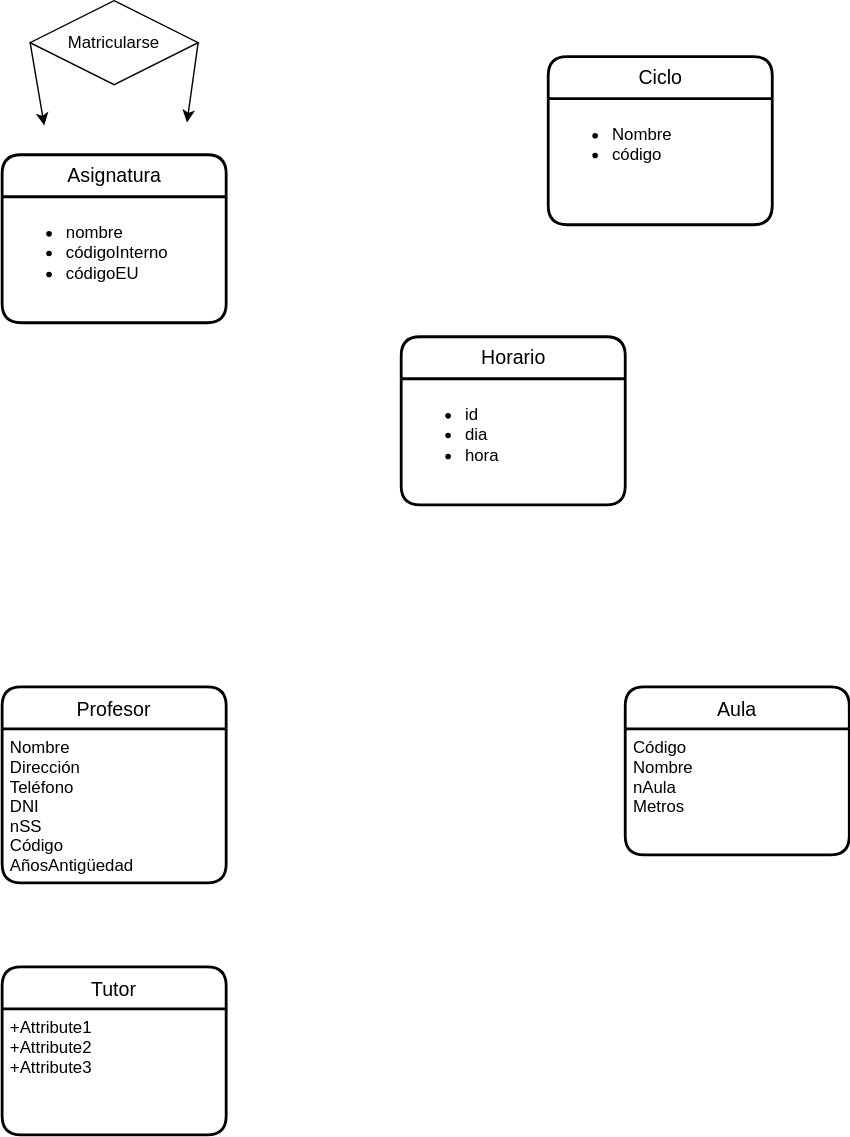
Above: UD12-17.svg in Jimxx22/C3-UD11-UML (draw.io), before the change. Source tidied: cells renumbered, new cells last; positions are measured from the earlier drawing's top-left corner, leaving out a move shared by most shapes.
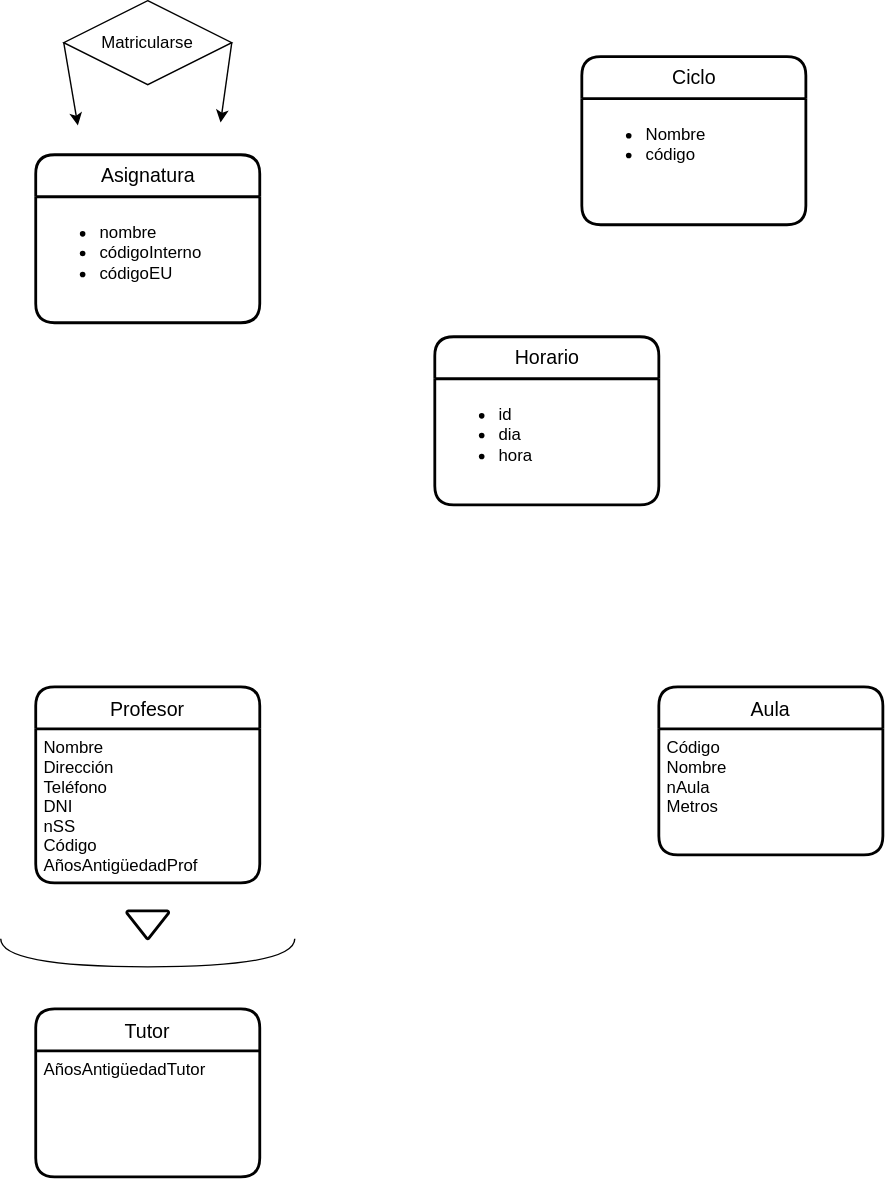
After the commit.

The edit, as a diff of the source:
```diff
@@ -29,13 +29,13 @@
     <mxCell id="10" value="Profesor" style="swimlane;horizontal=1;startSize=30;rounded=1;fontSize=14;fontStyle=0;strokeWidth=2;shadow=0;dashed=0;align=center;" parent="1" vertex="1">
       <mxGeometry y="490" width="160" height="140" as="geometry" />
     </mxCell>
-    <mxCell id="11" value="Nombre&#10;Dirección&#10;Teléfono&#10;DNI&#10;nSS&#10;Código&#10;AñosAntigüedad&#10;" style="align=left;strokeColor=none;fillColor=none;spacingLeft=4;fontSize=12;verticalAlign=top;" parent="10" vertex="1">
+    <mxCell id="11" value="Nombre&#10;Dirección&#10;Teléfono&#10;DNI&#10;nSS&#10;Código&#10;AñosAntigüedadProf&#10;" style="align=left;strokeColor=none;fillColor=none;spacingLeft=4;fontSize=12;verticalAlign=top;" parent="10" vertex="1">
       <mxGeometry y="30" width="160" height="110" as="geometry" />
     </mxCell>
     <mxCell id="12" value="Tutor" style="swimlane;horizontal=1;startSize=30;rounded=1;fontSize=14;fontStyle=0;strokeWidth=2;shadow=0;dashed=0;align=center;" parent="1" vertex="1">
-      <mxGeometry y="690" width="160" height="120" as="geometry" />
+      <mxGeometry y="720" width="160" height="120" as="geometry" />
     </mxCell>
-    <mxCell id="13" value="+Attribute1&#10;+Attribute2&#10;+Attribute3" style="align=left;strokeColor=none;fillColor=none;spacingLeft=4;fontSize=12;verticalAlign=top;" parent="12" vertex="1">
+    <mxCell id="13" value="AñosAntigüedadTutor" style="align=left;strokeColor=none;fillColor=none;spacingLeft=4;fontSize=12;verticalAlign=top;" parent="12" vertex="1">
       <mxGeometry y="30" width="160" height="90" as="geometry" />
     </mxCell>
     <mxCell id="14" style="rounded=0;jettySize=auto;html=1;exitX=0;exitY=0.5;exitDx=0;exitDy=0;entryX=0.188;entryY=-0.008;entryDx=0;entryDy=0;entryPerimeter=0;" parent="1" edge="1" source="16">
@@ -51,5 +51,11 @@
     <mxCell id="16" value="Matricularse" style="shape=rhombus;perimeter=rhombusPerimeter;whiteSpace=wrap;html=1;align=center;" parent="1" vertex="1">
       <mxGeometry x="20" width="120" height="60" as="geometry" />
     </mxCell>
+    <mxCell id="17" style="strokeWidth=2;html=1;shape=mxgraph.flowchart.merge_or_storage;whiteSpace=wrap;labelBackgroundColor=none;" parent="1" vertex="1">
+      <mxGeometry x="65" y="650" width="30" height="20" as="geometry" />
+    </mxCell>
+    <mxCell id="18" style="shape=requiredInterface;html=1;verticalLabelPosition=bottom;sketch=0;direction=south;labelBackgroundColor=none;" parent="1" vertex="1">
+      <mxGeometry x="-25" y="670" width="210" height="20" as="geometry" />
+    </mxCell>
   </root>
 </mxGraphModel>
```
